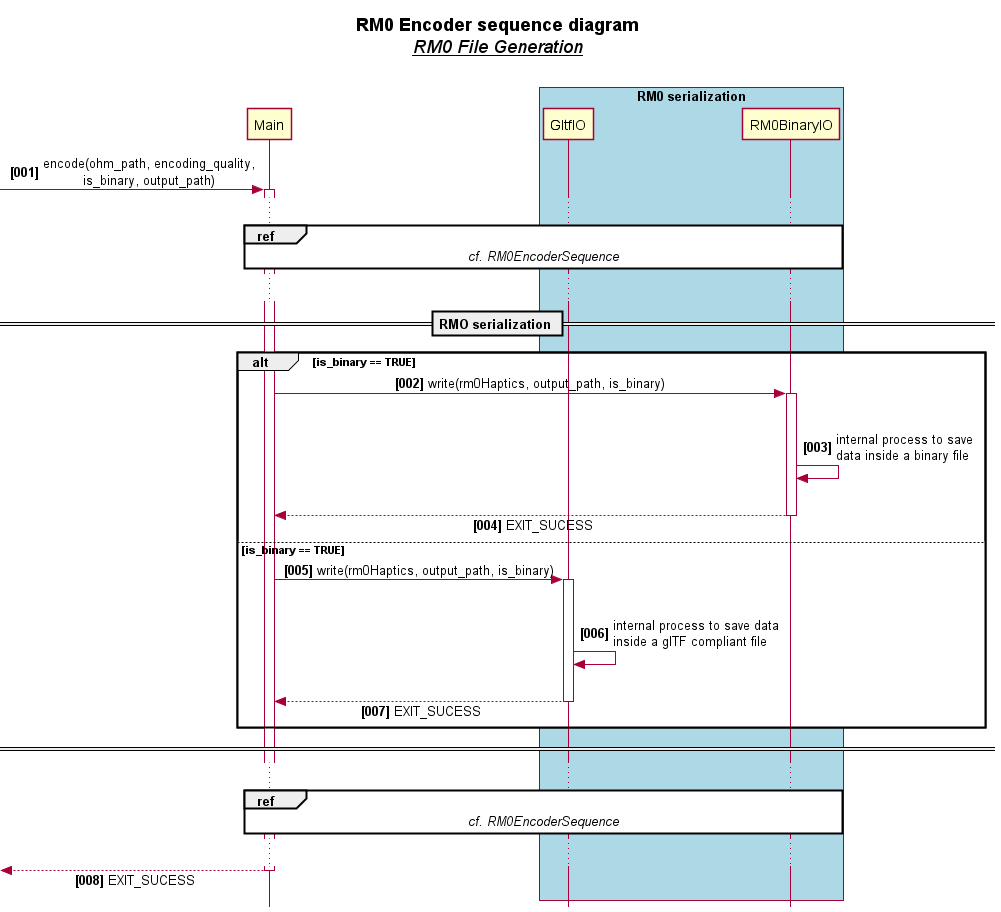
Before: diagrams/Rendered/Sequence/Encoder/RM0EncoderSequenceDiagram_serialize.png, a diagram exported from PlantUML (MPEGGroup/HapticReferenceSoftware). The source it was exported from:
```plantuml
@startuml
!includesub ../style/style.puml!STYLE

title **RM0 Encoder sequence diagram**\n<i>__RM0 File Generation__</i>\n
hide unlinked

participant Main
box "RM0 serialization"
    participant GltfIO
    participant RM0BinaryIO
end box

[-> Main ++: encode(ohm_path, encoding_quality,\nis_binary, output_path)

...
ref over Main, RM0BinaryIO
    <i>cf. RM0EncoderSequence</i>
end ref
...

== RMO serialization ==

alt is_binary == TRUE

    Main -> RM0BinaryIO ++: write(rm0Haptics, output_path, is_binary)
    |||
    RM0BinaryIO -> RM0BinaryIO: internal process to save\ndata inside a binary file
    |||
    return EXIT_SUCESS

else is_binary == TRUE

    Main -> GltfIO ++: write(rm0Haptics, output_path, is_binary)
    |||
    GltfIO -> GltfIO: internal process to save data\ninside a glTF compliant file
    |||
    return EXIT_SUCESS

end

====

...
ref over Main, RM0BinaryIO
    <i>cf. RM0EncoderSequence</i>
end ref
...

[<-- Main --: EXIT_SUCESS
@enduml
```
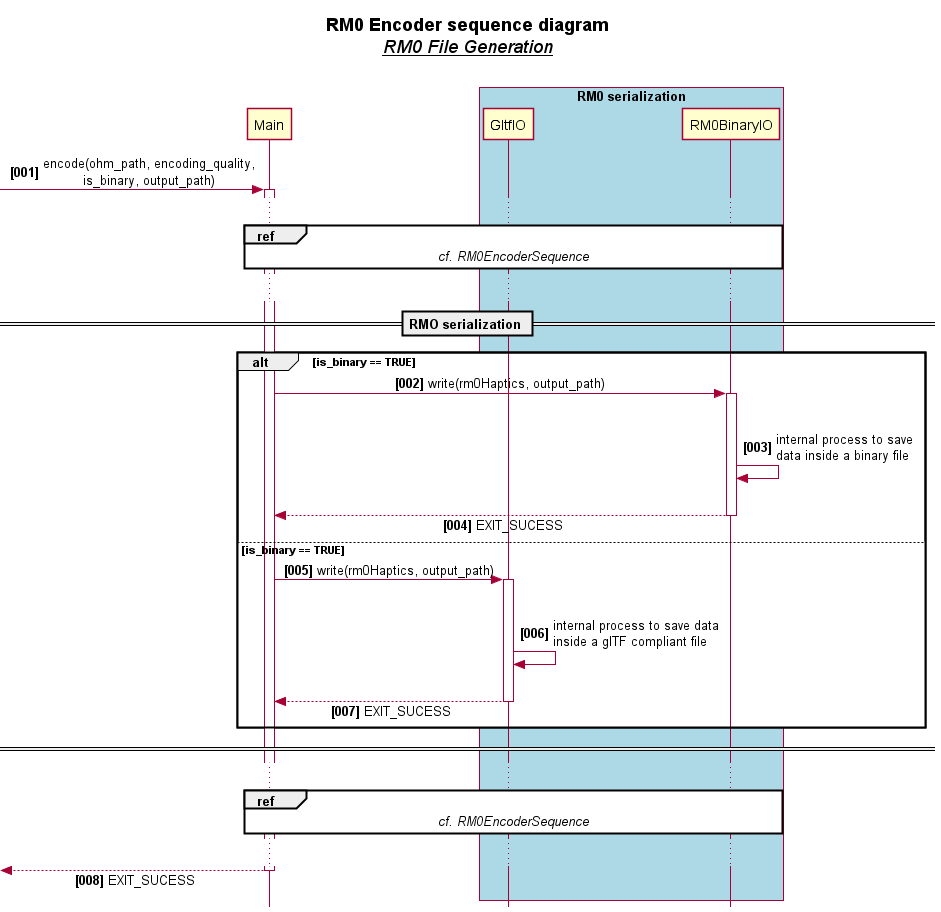
After the change.

Commit message:
doc(#10 Diagrams): create decoder software sequence diagram

The edit, as a diff of the source:
```diff
@@ -22,7 +22,7 @@
 
 alt is_binary == TRUE
 
-    Main -> RM0BinaryIO ++: write(rm0Haptics, output_path, is_binary)
+    Main -> RM0BinaryIO ++: write(rm0Haptics, output_path)
     |||
     RM0BinaryIO -> RM0BinaryIO: internal process to save\ndata inside a binary file
     |||
@@ -30,7 +30,7 @@
 
 else is_binary == TRUE
 
-    Main -> GltfIO ++: write(rm0Haptics, output_path, is_binary)
+    Main -> GltfIO ++: write(rm0Haptics, output_path)
     |||
     GltfIO -> GltfIO: internal process to save data\ninside a glTF compliant file
     |||
```
